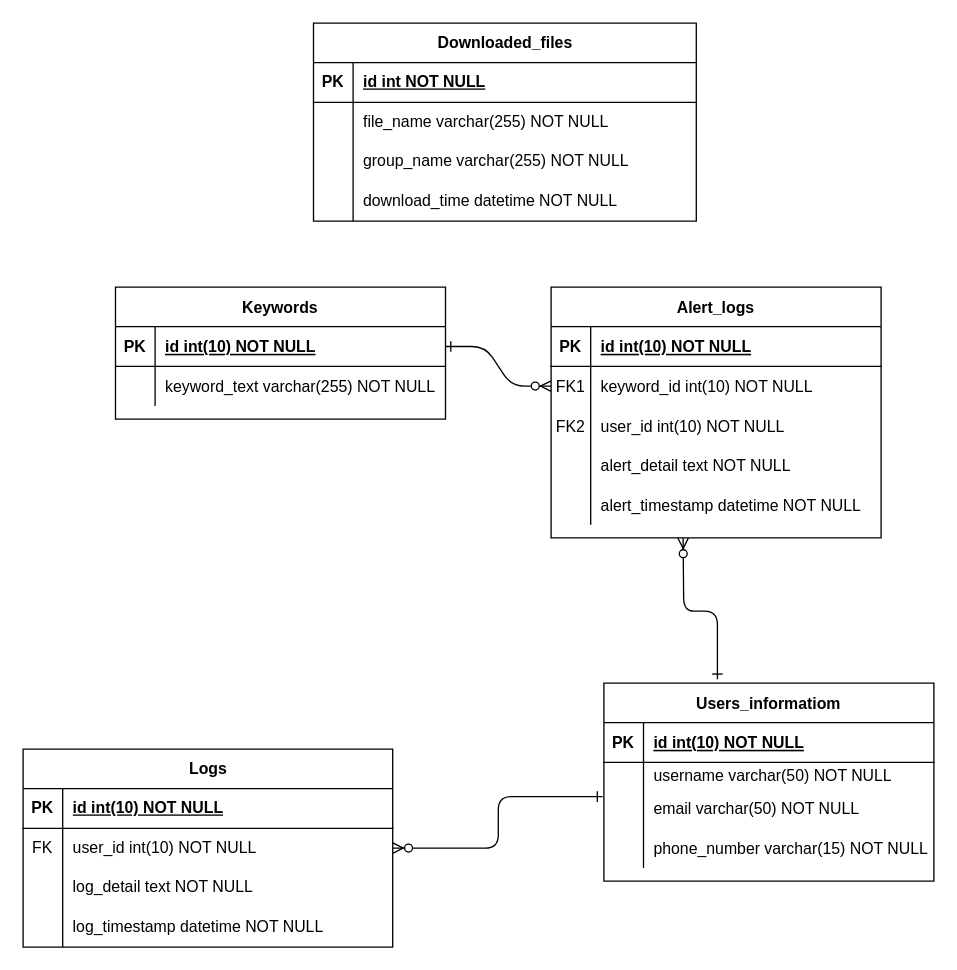
This is db-databreach.drawio from tung23102000/test-ssh, a draw.io file, before an edit. Source tidied: cells renumbered, new cells numbered last; positions are measured from the earlier drawing's top-left corner, leaving out a move shared by most shapes. Both pictures are drawn from the tidied source at 132%, with x=0, y=0 at pixel (22, 22).
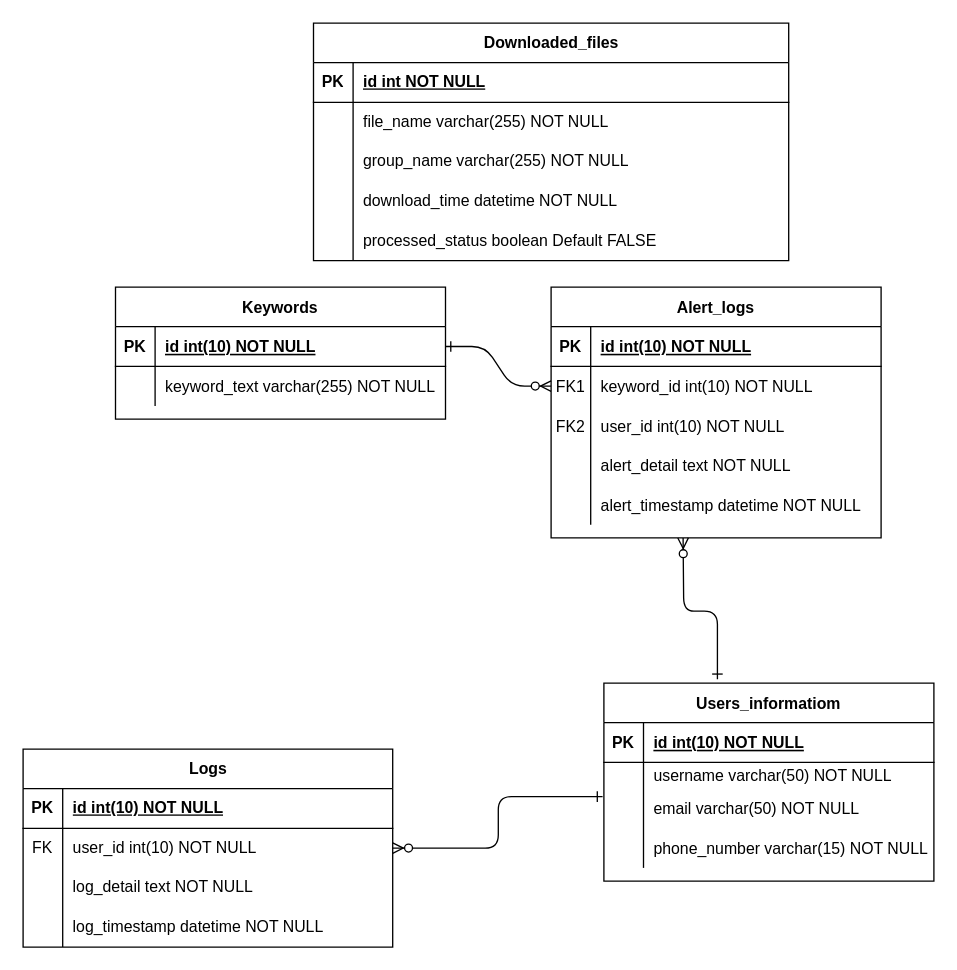
Above is the later version.

Commit message:
Cập nhật db-databreach.drawio

What changed in the source:
```diff
@@
     <mxCell id="54" value="Downloaded_files" style="shape=table;startSize=30;childLayout=tableLayout;rowLines=0;fontStyle=1;align=center;html=1;" parent="1" vertex="1">
-      <mxGeometry x="220" width="290" height="150" as="geometry" />
+      <mxGeometry x="220" width="360" height="180" as="geometry" />
     </mxCell>
     <mxCell id="55" style="shape=tableRow;horizontal=0;startSize=0;swimlaneHead=0;swimlaneBody=0;fillColor=none;top=0;left=0;right=0;bottom=1;" parent="54" vertex="1">
-      <mxGeometry y="30" width="290" height="30" as="geometry" />
+      <mxGeometry y="30" width="360" height="30" as="geometry" />
     </mxCell>
@@
     <mxCell id="57" value="id int NOT NULL" style="shape=partialRectangle;fillColor=none;top=0;left=0;bottom=0;right=0;align=left;spacingLeft=6;fontStyle=5;overflow=hidden;whiteSpace=wrap;html=1;" parent="55" vertex="1">
-      <mxGeometry x="30" width="260" height="30" as="geometry" />
+      <mxGeometry x="30" width="330" height="30" as="geometry" />
     </mxCell>
     <mxCell id="58" style="shape=tableRow;horizontal=0;startSize=0;swimlaneHead=0;swimlaneBody=0;fillColor=none;top=0;left=0;right=0;bottom=0;" parent="54" vertex="1">
-      <mxGeometry y="60" width="290" height="30" as="geometry" />
+      <mxGeometry y="60" width="360" height="30" as="geometry" />
     </mxCell>
@@
     <mxCell id="60" value="file_name varchar(255) NOT NULL" style="shape=partialRectangle;fillColor=none;top=0;left=0;bottom=0;right=0;align=left;spacingLeft=6;overflow=hidden;whiteSpace=wrap;html=1;" parent="58" vertex="1">
-      <mxGeometry x="30" width="260" height="30" as="geometry" />
+      <mxGeometry x="30" width="330" height="30" as="geometry" />
     </mxCell>
     <mxCell id="61" style="shape=tableRow;horizontal=0;startSize=0;swimlaneHead=0;swimlaneBody=0;fillColor=none;top=0;left=0;right=0;bottom=0;" parent="54" vertex="1">
-      <mxGeometry y="90" width="290" height="30" as="geometry" />
+      <mxGeometry y="90" width="360" height="30" as="geometry" />
     </mxCell>
@@
     <mxCell id="63" value="group_name varchar(255) NOT NULL" style="shape=partialRectangle;fillColor=none;top=0;left=0;bottom=0;right=0;align=left;spacingLeft=6;overflow=hidden;whiteSpace=wrap;html=1;" parent="61" vertex="1">
-      <mxGeometry x="30" width="260" height="30" as="geometry" />
+      <mxGeometry x="30" width="330" height="30" as="geometry" />
     </mxCell>
     <mxCell id="64" style="shape=tableRow;horizontal=0;startSize=0;swimlaneHead=0;swimlaneBody=0;fillColor=none;top=0;left=0;right=0;bottom=0;" parent="54" vertex="1">
-      <mxGeometry y="120" width="290" height="30" as="geometry" />
+      <mxGeometry y="120" width="360" height="30" as="geometry" />
     </mxCell>
@@
     <mxCell id="66" value="download_time datetime NOT NULL" style="shape=partialRectangle;fillColor=none;top=0;left=0;bottom=0;right=0;align=left;spacingLeft=6;overflow=hidden;whiteSpace=wrap;html=1;" parent="64" vertex="1">
-      <mxGeometry x="30" width="260" height="30" as="geometry" />
+      <mxGeometry x="30" width="330" height="30" as="geometry" />
     </mxCell>
+    <mxCell id="67" style="shape=tableRow;horizontal=0;startSize=0;swimlaneHead=0;swimlaneBody=0;fillColor=none;top=0;left=0;right=0;bottom=0;" parent="54" vertex="1">
+      <mxGeometry y="150" width="360" height="30" as="geometry" />
+    </mxCell>
+    <mxCell id="68" style="shape=partialRectangle;fillColor=none;top=0;left=0;bottom=0;right=0;overflow=hidden;whiteSpace=wrap;html=1;" parent="67" vertex="1">
+      <mxGeometry width="30" height="30" as="geometry" />
+    </mxCell>
+    <mxCell id="69" value="processed_status boolean Default FALSE" style="shape=partialRectangle;fillColor=none;top=0;left=0;bottom=0;right=0;align=left;spacingLeft=6;overflow=hidden;whiteSpace=wrap;html=1;" parent="67" vertex="1">
+      <mxGeometry x="30" width="330" height="30" as="geometry" />
+    </mxCell>
```
